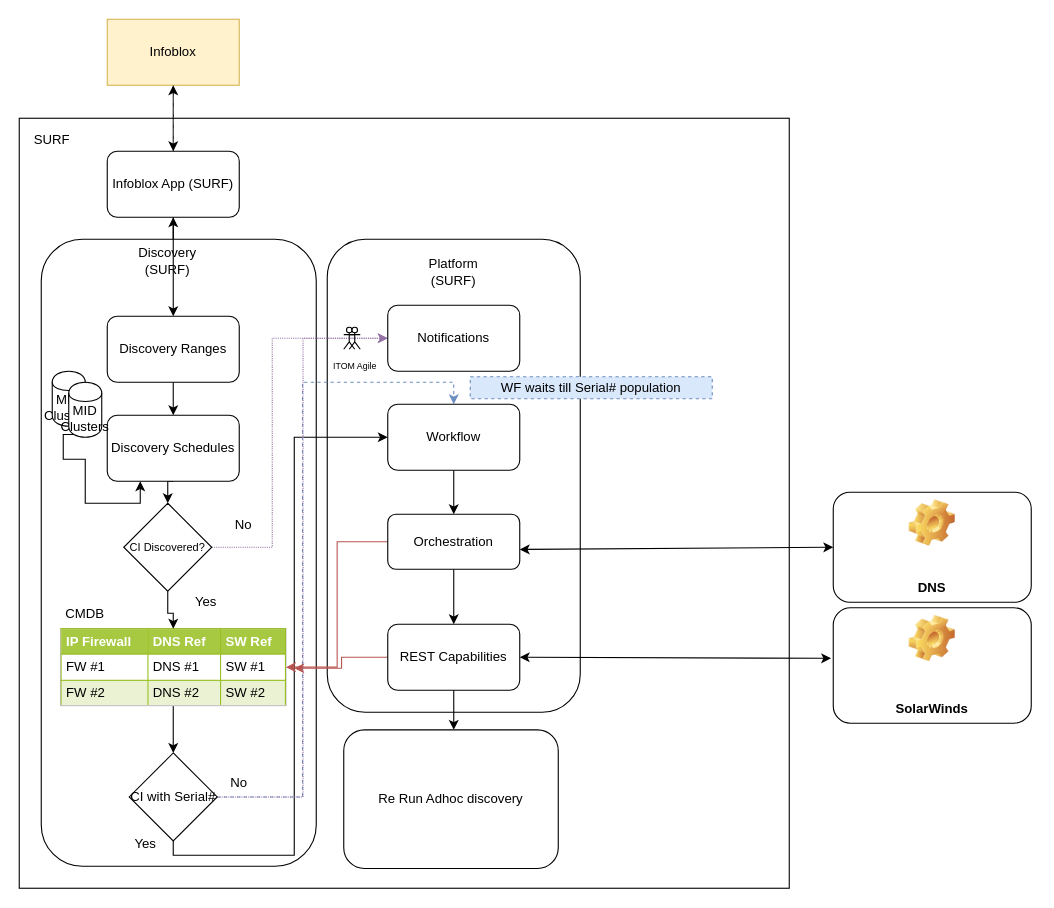
This is Untitled Diagram.drawio from sudharsanansr/work-evtmgmt-automationflows, a draw.io file, before an edit. Source tidied: cells renumbered, new cells numbered last; positions are measured from the earlier drawing's top-left corner, leaving out a move shared by most shapes. Both pictures are drawn from the tidied source at 110%, with x=0, y=0 at pixel (19, 19).
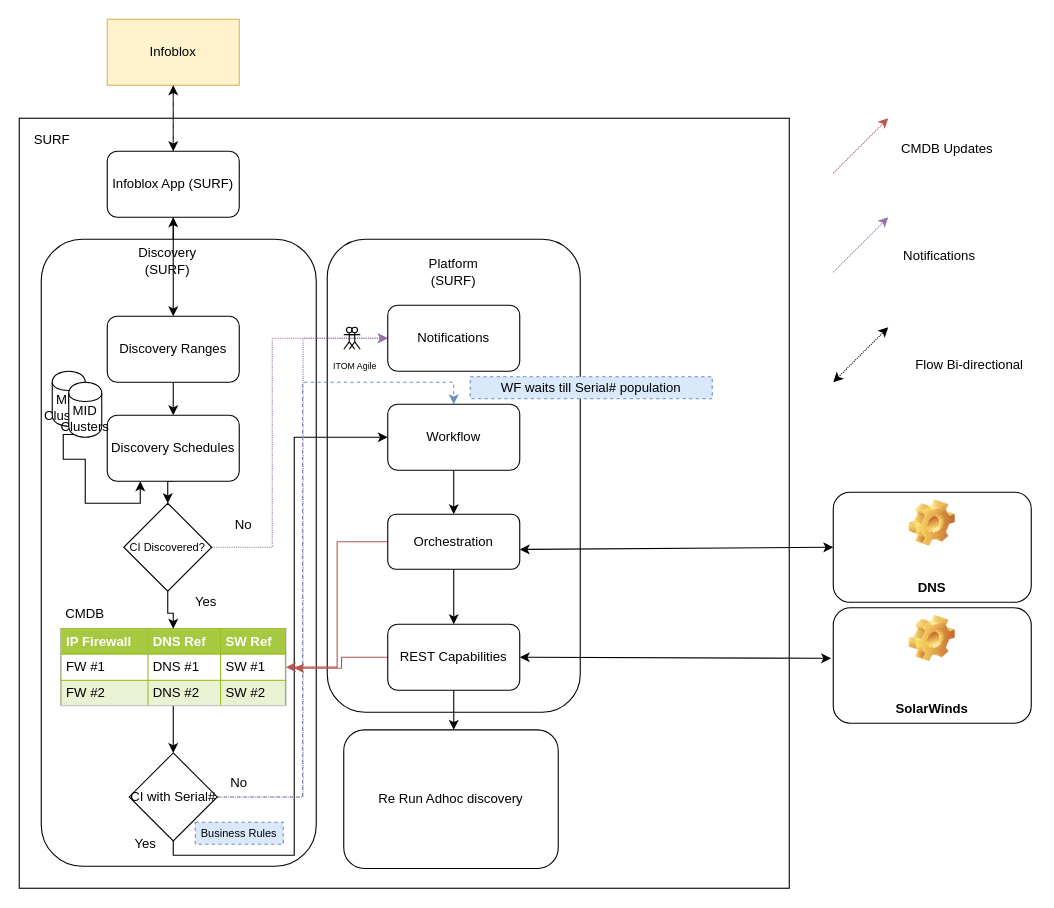
The same page after the edit.

Diff of the diagram source:
```diff
@@
+    <mxCell id="52" style="endArrow=classic;html=1;dashed=1;dashPattern=1 1;strokeColor=#b85450;fillColor=#f8cecc;" parent="1" edge="1">
+      <mxGeometry relative="1" as="geometry">
+        <mxPoint x="740" y="140" as="sourcePoint" />
+        <mxPoint x="790" y="90" as="targetPoint" />
+      </mxGeometry>
+    </mxCell>
+    <mxCell id="53" value="CMDB Updates" style="text;html=1;align=left;verticalAlign=top;spacingTop=-4;" parent="1" vertex="1">
+      <mxGeometry x="800" y="108" width="100" height="20" as="geometry" />
+    </mxCell>
+    <mxCell id="54" style="endArrow=classic;html=1;dashed=1;dashPattern=1 1;strokeColor=#9673a6;fillColor=#e1d5e7;" parent="1" edge="1">
+      <mxGeometry relative="1" as="geometry">
+        <mxPoint x="740" y="230" as="sourcePoint" />
+        <mxPoint x="790" y="180" as="targetPoint" />
+      </mxGeometry>
+    </mxCell>
+    <mxCell id="55" value="Notifications" style="text;html=1;align=left;verticalAlign=top;spacingTop=-4;" parent="1" vertex="1">
+      <mxGeometry x="802" y="205" width="80" height="20" as="geometry" />
+    </mxCell>
+    <mxCell id="56" style="endArrow=classic;startArrow=classic;html=1;dashed=1;dashPattern=1 1;strokeColor=#000000;" parent="1" edge="1">
+      <mxGeometry relative="1" as="geometry">
+        <mxPoint x="740" y="330" as="sourcePoint" />
+        <mxPoint x="790" y="280" as="targetPoint" />
+      </mxGeometry>
+    </mxCell>
+    <mxCell id="57" value="Flow Bi-directional" style="text;html=1;align=left;verticalAlign=top;spacingTop=-4;" parent="1" vertex="1">
+      <mxGeometry x="813" y="304" width="110" height="20" as="geometry" />
+    </mxCell>
+    <mxCell id="58" value="&lt;font style=&quot;font-size: 10px&quot;&gt;Business Rules&lt;/font&gt;" style="text;html=1;strokeColor=#6c8ebf;fillColor=#dae8fc;align=center;verticalAlign=middle;whiteSpace=wrap;rounded=0;dashed=1;" parent="1" vertex="1">
+      <mxGeometry x="160" y="730" width="80" height="20" as="geometry" />
+    </mxCell>
```
